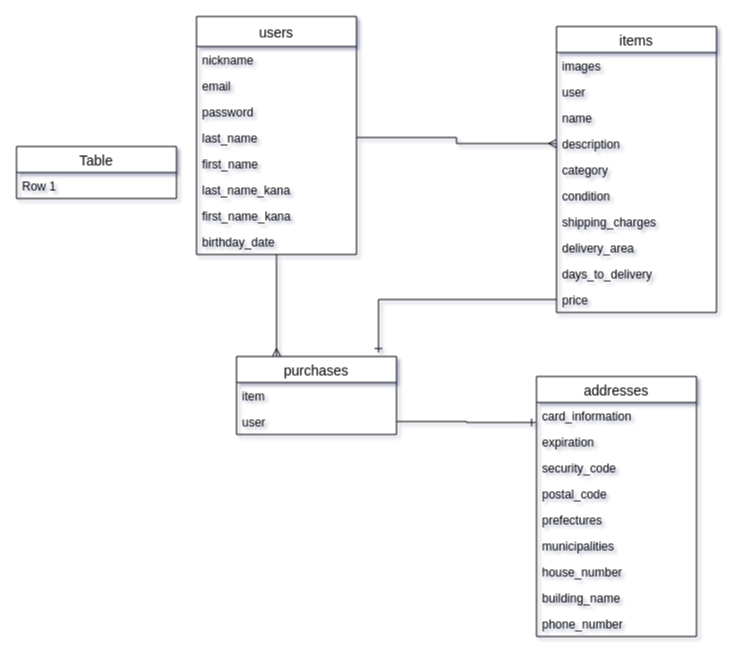
The draw.io diagram table.dio in saka-shun/furima-29727, before the edit. Source tidied: cells renumbered, new cells numbered last; positions are measured from the earlier drawing's top-left corner, leaving out a move shared by most shapes. Both pictures are drawn from the tidied source at 100%, with x=0, y=0 at pixel (16, 16).
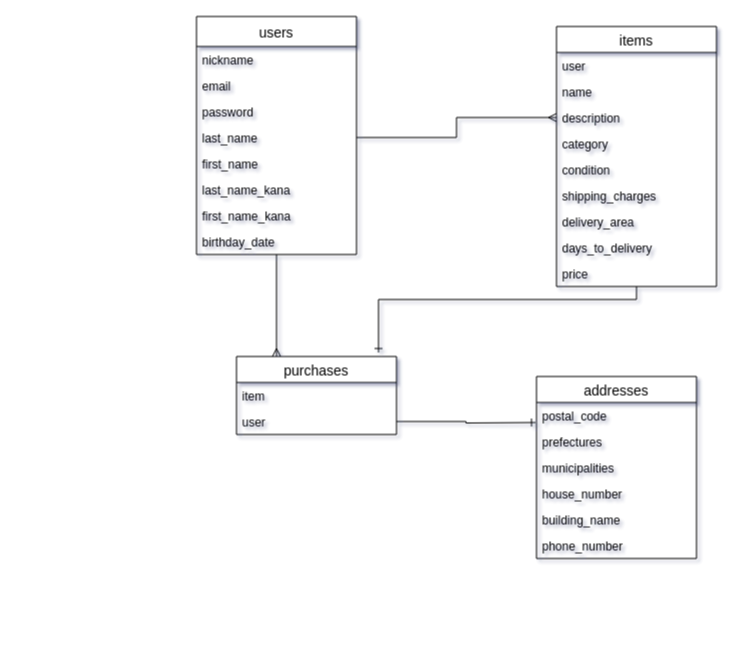
Above is the later version.

Commit message (it also covers changes not shown here):
データベース設計の編集

Unchanged cells that the change refers to:
```xml
<mxCell id="35" value="user" style="text;strokeColor=none;fillColor=none;spacingLeft=4;spacingRight=4;overflow=hidden;points=[[0,0.5],[1,0.5]];portConstraint=eastwest;fontSize=12;" parent="33" vertex="1">
  <mxGeometry y="52" width="160" height="26" as="geometry" />
</mxCell>
```

The edit, as a diff of the source:
```diff
@@
     <mxCell id="12" value="items" style="swimlane;fontStyle=0;horizontal=1;startSize=26;align=center;fontSize=14;" parent="1" vertex="1">
-      <mxGeometry x="540" y="10" width="160" height="286" as="geometry" />
+      <mxGeometry x="540" y="10" width="160" height="260" as="geometry" />
     </mxCell>
-    <mxCell id="13" value="images" style="text;strokeColor=none;fillColor=none;spacingLeft=4;spacingRight=4;overflow=hidden;fontSize=12;" parent="12" vertex="1">
-      <mxGeometry y="26" width="160" height="26" as="geometry" />
-    </mxCell>
     <mxCell id="14" value="user" style="text;strokeColor=none;fillColor=none;spacingLeft=4;spacingRight=4;overflow=hidden;fontSize=12;" parent="12" vertex="1">
-      <mxGeometry y="52" width="160" height="26" as="geometry" />
+      <mxGeometry y="26" width="160" height="26" as="geometry" />
     </mxCell>
     <mxCell id="15" value="name" style="text;strokeColor=none;fillColor=none;spacingLeft=4;spacingRight=4;overflow=hidden;fontSize=12;" parent="12" vertex="1">
-      <mxGeometry y="78" width="160" height="26" as="geometry" />
+      <mxGeometry y="52" width="160" height="26" as="geometry" />
     </mxCell>
     <mxCell id="16" value="description" style="text;strokeColor=none;fillColor=none;spacingLeft=4;spacingRight=4;overflow=hidden;points=[[0,0.5],[1,0.5]];portConstraint=eastwest;fontSize=12;" parent="12" vertex="1">
-      <mxGeometry y="104" width="160" height="26" as="geometry" />
+      <mxGeometry y="78" width="160" height="26" as="geometry" />
     </mxCell>
     <mxCell id="17" value="category" style="text;strokeColor=none;fillColor=none;spacingLeft=4;spacingRight=4;overflow=hidden;fontSize=12;" parent="12" vertex="1">
-      <mxGeometry y="130" width="160" height="26" as="geometry" />
+      <mxGeometry y="104" width="160" height="26" as="geometry" />
     </mxCell>
     <mxCell id="18" value="condition" style="text;strokeColor=none;fillColor=none;spacingLeft=4;spacingRight=4;overflow=hidden;fontSize=12;" parent="12" vertex="1">
-      <mxGeometry y="156" width="160" height="26" as="geometry" />
+      <mxGeometry y="130" width="160" height="26" as="geometry" />
     </mxCell>
     <mxCell id="19" value="shipping_charges" style="text;strokeColor=none;fillColor=none;spacingLeft=4;spacingRight=4;overflow=hidden;fontSize=12;" parent="12" vertex="1">
-      <mxGeometry y="182" width="160" height="26" as="geometry" />
+      <mxGeometry y="156" width="160" height="26" as="geometry" />
     </mxCell>
     <mxCell id="20" value="delivery_area" style="text;strokeColor=none;fillColor=none;spacingLeft=4;spacingRight=4;overflow=hidden;fontSize=12;" parent="12" vertex="1">
-      <mxGeometry y="208" width="160" height="26" as="geometry" />
+      <mxGeometry y="182" width="160" height="26" as="geometry" />
     </mxCell>
     <mxCell id="21" value="days_to_delivery" style="text;strokeColor=none;fillColor=none;spacingLeft=4;spacingRight=4;overflow=hidden;fontSize=12;" parent="12" vertex="1">
-      <mxGeometry y="234" width="160" height="26" as="geometry" />
+      <mxGeometry y="208" width="160" height="26" as="geometry" />
     </mxCell>
     <mxCell id="22" value="price" style="text;strokeColor=none;fillColor=none;spacingLeft=4;spacingRight=4;overflow=hidden;points=[[0,0.5],[1,0.5]];portConstraint=eastwest;fontSize=12;" parent="12" vertex="1">
-      <mxGeometry y="260" width="160" height="26" as="geometry" />
+      <mxGeometry y="234" width="160" height="26" as="geometry" />
     </mxCell>
     <mxCell id="23" value="addresses" style="swimlane;fontStyle=0;horizontal=1;startSize=26;align=center;fontSize=14;" parent="1" vertex="1">
-      <mxGeometry x="520" y="360" width="160" height="260" as="geometry" />
+      <mxGeometry x="520" y="360" width="160" height="182" as="geometry" />
     </mxCell>
-    <mxCell id="24" value="card_information" style="text;strokeColor=none;fillColor=none;spacingLeft=4;spacingRight=4;overflow=hidden;points=[[0,0.5],[1,0.5]];portConstraint=eastwest;fontSize=12;" parent="23" vertex="1">
-      <mxGeometry y="26" width="160" height="26" as="geometry" />
-    </mxCell>
-    <mxCell id="25" value="expiration" style="text;strokeColor=none;fillColor=none;spacingLeft=4;spacingRight=4;overflow=hidden;fontSize=12;" parent="23" vertex="1">
-      <mxGeometry y="52" width="160" height="26" as="geometry" />
-    </mxCell>
-    <mxCell id="26" value="security_code" style="text;strokeColor=none;fillColor=none;spacingLeft=4;spacingRight=4;overflow=hidden;fontSize=12;" parent="23" vertex="1">
-      <mxGeometry y="78" width="160" height="26" as="geometry" />
-    </mxCell>
     <mxCell id="27" value="postal_code" style="text;strokeColor=none;fillColor=none;spacingLeft=4;spacingRight=4;overflow=hidden;fontSize=12;" parent="23" vertex="1">
-      <mxGeometry y="104" width="160" height="26" as="geometry" />
+      <mxGeometry y="26" width="160" height="26" as="geometry" />
     </mxCell>
     <mxCell id="28" value="prefectures" style="text;strokeColor=none;fillColor=none;spacingLeft=4;spacingRight=4;overflow=hidden;fontSize=12;" parent="23" vertex="1">
-      <mxGeometry y="130" width="160" height="26" as="geometry" />
+      <mxGeometry y="52" width="160" height="26" as="geometry" />
     </mxCell>
     <mxCell id="29" value="municipalities" style="text;strokeColor=none;fillColor=none;spacingLeft=4;spacingRight=4;overflow=hidden;fontSize=12;" parent="23" vertex="1">
-      <mxGeometry y="156" width="160" height="26" as="geometry" />
+      <mxGeometry y="78" width="160" height="26" as="geometry" />
     </mxCell>
     <mxCell id="30" value="house_number" style="text;strokeColor=none;fillColor=none;spacingLeft=4;spacingRight=4;overflow=hidden;fontSize=12;" parent="23" vertex="1">
-      <mxGeometry y="182" width="160" height="26" as="geometry" />
+      <mxGeometry y="104" width="160" height="26" as="geometry" />
     </mxCell>
     <mxCell id="31" value="building_name" style="text;strokeColor=none;fillColor=none;spacingLeft=4;spacingRight=4;overflow=hidden;fontSize=12;" parent="23" vertex="1">
-      <mxGeometry y="208" width="160" height="26" as="geometry" />
+      <mxGeometry y="130" width="160" height="26" as="geometry" />
     </mxCell>
     <mxCell id="32" value="phone_number" style="text;strokeColor=none;fillColor=none;spacingLeft=4;spacingRight=4;overflow=hidden;fontSize=12;" parent="23" vertex="1">
-      <mxGeometry y="234" width="160" height="26" as="geometry" />
+      <mxGeometry y="156" width="160" height="26" as="geometry" />
     </mxCell>
@@
-    <mxCell id="38" style="edgeStyle=orthogonalEdgeStyle;rounded=0;jettySize=auto;html=1;entryX=-0.006;entryY=0.769;entryDx=0;entryDy=0;entryPerimeter=0;endArrow=ERone;endFill=0;" parent="1" edge="1" source="35" target="24">
-      <mxGeometry relative="1" as="geometry" />
+    <mxCell id="38" style="edgeStyle=orthogonalEdgeStyle;rounded=0;jettySize=auto;html=1;entryX=-0.006;entryY=0.769;entryDx=0;entryDy=0;entryPerimeter=0;endArrow=ERone;endFill=0;" parent="1" edge="1" source="35">
+      <mxGeometry relative="1" as="geometry">
+        <mxPoint x="519" y="406" as="targetPoint" />
+      </mxGeometry>
     </mxCell>
-    <mxCell id="39" value="Table" style="swimlane;fontStyle=0;horizontal=1;startSize=26;align=center;fontSize=14;" parent="1" vertex="1">
-      <mxGeometry y="130" width="160" height="52" as="geometry" />
-    </mxCell>
-    <mxCell id="40" value="Row 1" style="text;strokeColor=none;fillColor=none;spacingLeft=4;spacingRight=4;overflow=hidden;fontSize=12;" parent="39" vertex="1">
-      <mxGeometry y="26" width="160" height="26" as="geometry" />
-    </mxCell>
```
